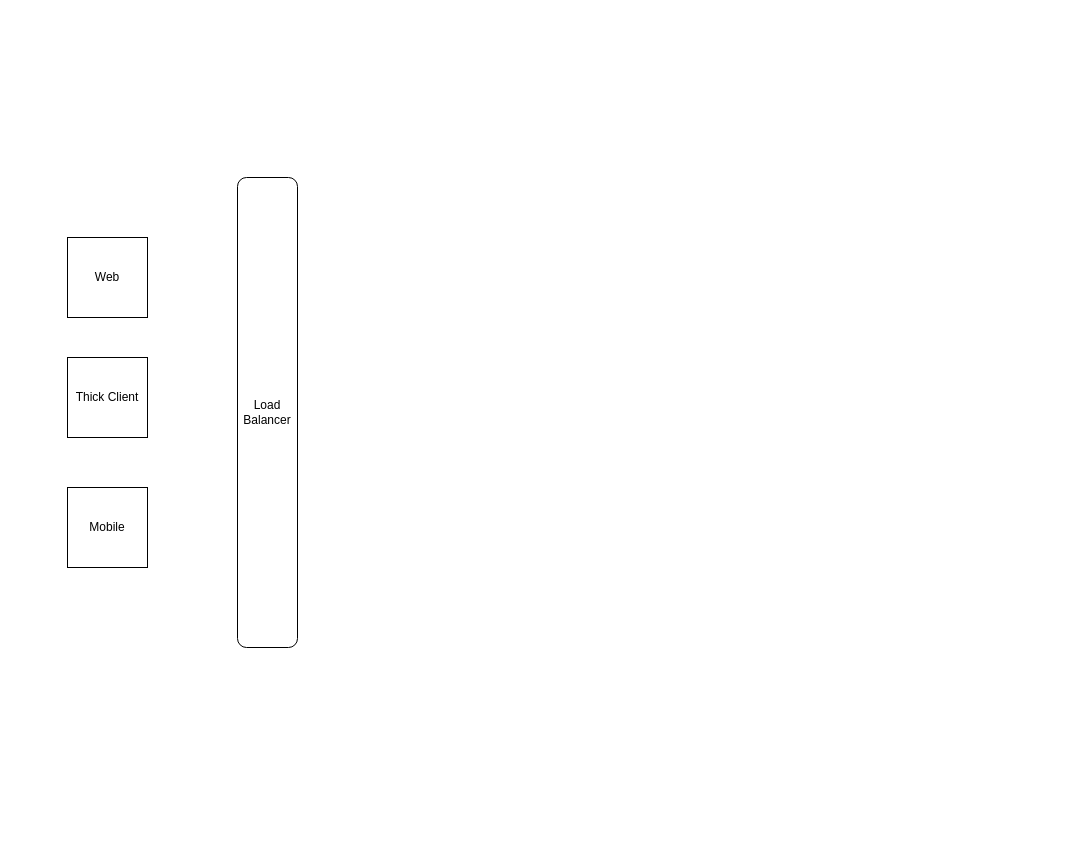
Earlier version of the draw.io diagram page "Page-1" (1 of 2) of src/systemdesign/AMLFlow.drawio (vaibhavsabnis/problem_practise). Source tidied: cells renumbered, new cells numbered last; positions are measured from the earlier drawing's top-left corner, leaving out a move shared by most shapes. Both pictures are drawn from the tidied source at 100%, with x=0, y=0 at pixel (67, 177).
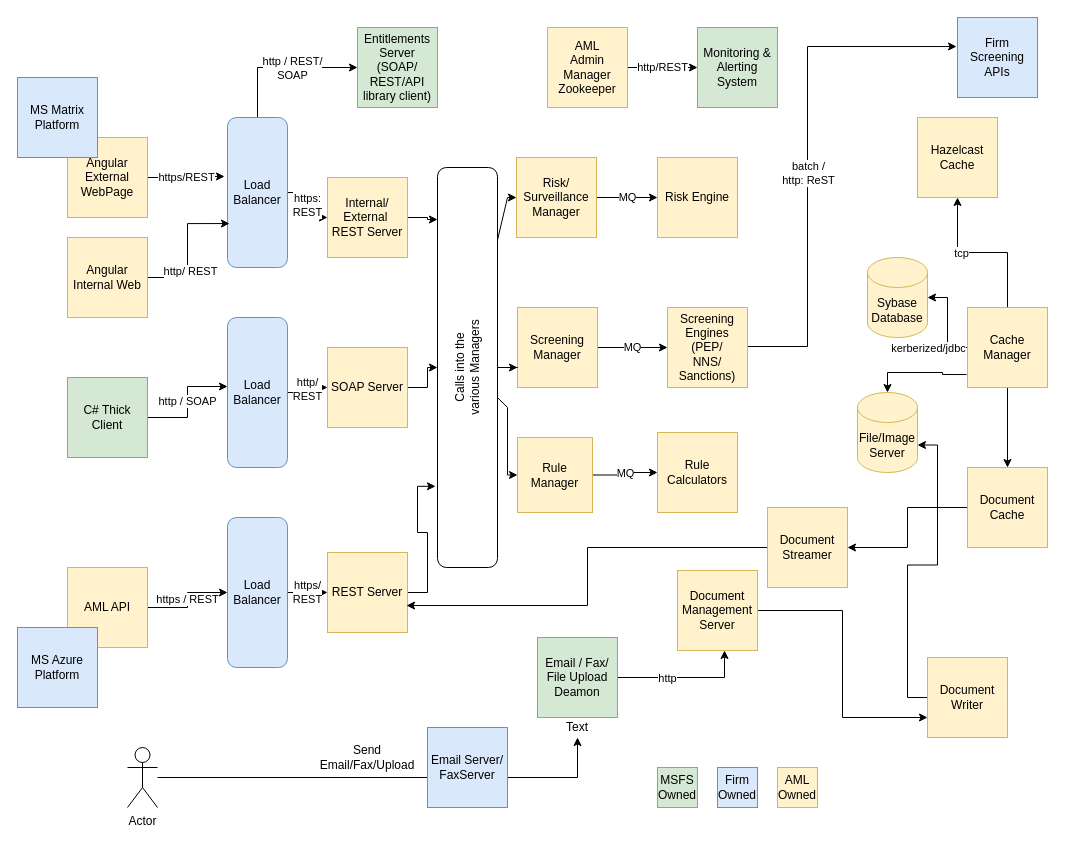
Above is the later version.

Diff of the diagram source:
```diff
@@
+    <mxCell id="6" value="https: &lt;br&gt;REST" style="edgeStyle=orthogonalEdgeStyle;rounded=0;jettySize=auto;html=1;entryX=0;entryY=0.5;entryDx=0;entryDy=0;" parent="1" edge="1" source="2" target="23">
+      <mxGeometry relative="1" as="geometry" />
+    </mxCell>
+    <mxCell id="7" style="edgeStyle=orthogonalEdgeStyle;rounded=0;jettySize=auto;html=1;entryX=0;entryY=0.5;entryDx=0;entryDy=0;exitX=0;exitY=0.5;exitDx=0;exitDy=0;" parent="1" edge="1" source="2" target="21">
+      <mxGeometry relative="1" as="geometry" />
+    </mxCell>
+    <mxCell id="8" value="http / REST/&lt;br&gt;SOAP" style="edgeLabel;html=1;align=center;verticalAlign=middle;" parent="7" vertex="1">
+      <mxGeometry x="0.12" relative="1" as="geometry" />
+    </mxCell>
-    <mxCell id="2" value="Load Balancer" style="rounded=1;whiteSpace=wrap;html=1;direction=south;" parent="1" vertex="1">
-      <mxGeometry x="170" width="60" height="470" as="geometry" />
+    <mxCell id="2" value="Load Balancer" style="rounded=1;whiteSpace=wrap;html=1;direction=south;fillColor=#dae8fc;strokeColor=#6c8ebf;" parent="1" vertex="1">
+      <mxGeometry x="160" y="-60" width="60" height="150" as="geometry" />
     </mxCell>
+    <mxCell id="9" style="edgeStyle=orthogonalEdgeStyle;rounded=0;jettySize=auto;html=1;entryX=0.707;entryY=0.967;entryDx=0;entryDy=0;entryPerimeter=0;" parent="1" edge="1" source="3" target="2">
+      <mxGeometry relative="1" as="geometry" />
+    </mxCell>
+    <mxCell id="10" value="http/ REST" style="edgeLabel;html=1;align=center;verticalAlign=middle;" parent="9" vertex="1">
+      <mxGeometry x="-0.31" y="-2" relative="1" as="geometry" />
+    </mxCell>
-    <mxCell id="3" value="Web" style="whiteSpace=wrap;html=1;" parent="1" vertex="1">
+    <mxCell id="3" value="Angular&lt;br&gt;Internal Web" style="whiteSpace=wrap;html=1;fillColor=#fff2cc;strokeColor=#d6b656;" parent="1" vertex="1">
       <mxGeometry y="60" width="80" height="80" as="geometry" />
     </mxCell>
+    <mxCell id="11" value="http / SOAP" style="edgeStyle=orthogonalEdgeStyle;rounded=0;jettySize=auto;html=1;entryX=0.46;entryY=1;entryDx=0;entryDy=0;entryPerimeter=0;" parent="1" edge="1" source="4" target="14">
+      <mxGeometry relative="1" as="geometry" />
+    </mxCell>
-    <mxCell id="4" value="Thick Client" style="whiteSpace=wrap;html=1;" parent="1" vertex="1">
-      <mxGeometry y="180" width="80" height="80" as="geometry" />
+    <mxCell id="4" value="C# Thick Client" style="whiteSpace=wrap;html=1;fillColor=#d5e8d4;strokeColor=#82b366;" parent="1" vertex="1">
+      <mxGeometry y="200" width="80" height="80" as="geometry" />
     </mxCell>
+    <mxCell id="12" value="https / REST" style="edgeStyle=orthogonalEdgeStyle;rounded=0;jettySize=auto;html=1;" parent="1" edge="1" source="5" target="16">
+      <mxGeometry relative="1" as="geometry" />
+    </mxCell>
-    <mxCell id="5" value="Mobile" style="whiteSpace=wrap;html=1;" parent="1" vertex="1">
-      <mxGeometry y="310" width="80" height="80" as="geometry" />
+    <mxCell id="5" value="AML API" style="whiteSpace=wrap;html=1;fillColor=#fff2cc;strokeColor=#d6b656;" parent="1" vertex="1">
+      <mxGeometry y="390" width="80" height="80" as="geometry" />
     </mxCell>
+    <mxCell id="13" value="http/&lt;br&gt;REST" style="edgeStyle=orthogonalEdgeStyle;rounded=0;jettySize=auto;html=1;" parent="1" edge="1" source="14" target="20">
+      <mxGeometry relative="1" as="geometry" />
+    </mxCell>
+    <mxCell id="14" value="Load Balancer" style="rounded=1;whiteSpace=wrap;html=1;direction=south;fillColor=#dae8fc;strokeColor=#6c8ebf;" parent="1" vertex="1">
+      <mxGeometry x="160" y="140" width="60" height="150" as="geometry" />
+    </mxCell>
+    <mxCell id="15" value="https/&lt;br&gt;REST" style="edgeStyle=orthogonalEdgeStyle;rounded=0;jettySize=auto;html=1;" parent="1" edge="1" source="16" target="25">
+      <mxGeometry relative="1" as="geometry" />
+    </mxCell>
+    <mxCell id="16" value="Load Balancer" style="rounded=1;whiteSpace=wrap;html=1;direction=south;fillColor=#dae8fc;strokeColor=#6c8ebf;" parent="1" vertex="1">
+      <mxGeometry x="160" y="340" width="60" height="150" as="geometry" />
+    </mxCell>
+    <mxCell id="17" value="https/REST" style="edgeStyle=orthogonalEdgeStyle;rounded=0;jettySize=auto;html=1;entryX=0.393;entryY=1.05;entryDx=0;entryDy=0;entryPerimeter=0;" parent="1" edge="1" source="18" target="2">
+      <mxGeometry relative="1" as="geometry" />
+    </mxCell>
+    <mxCell id="18" value="Angular&lt;br&gt;External WebPage" style="whiteSpace=wrap;html=1;fillColor=#fff2cc;strokeColor=#d6b656;" parent="1" vertex="1">
+      <mxGeometry y="-40" width="80" height="80" as="geometry" />
+    </mxCell>
+    <mxCell id="19" style="edgeStyle=orthogonalEdgeStyle;rounded=0;jettySize=auto;html=1;entryX=0.5;entryY=0;entryDx=0;entryDy=0;" parent="1" edge="1" source="20" target="75">
+      <mxGeometry relative="1" as="geometry" />
+    </mxCell>
+    <mxCell id="20" value="SOAP Server" style="whiteSpace=wrap;html=1;fillColor=#fff2cc;strokeColor=#d6b656;" parent="1" vertex="1">
+      <mxGeometry x="260" y="170" width="80" height="80" as="geometry" />
+    </mxCell>
+    <mxCell id="21" value="Entitlements Server&lt;br&gt;(SOAP/&lt;br&gt;REST/API library client)" style="whiteSpace=wrap;html=1;fillColor=#d5e8d4;strokeColor=#82b366;" parent="1" vertex="1">
+      <mxGeometry x="290" y="-150" width="80" height="80" as="geometry" />
+    </mxCell>
+    <mxCell id="22" style="edgeStyle=orthogonalEdgeStyle;rounded=0;jettySize=auto;html=1;entryX=0.87;entryY=0;entryDx=0;entryDy=0;entryPerimeter=0;" parent="1" edge="1" source="23" target="75">
+      <mxGeometry relative="1" as="geometry" />
+    </mxCell>
+    <mxCell id="23" value="Internal/&lt;br&gt;External&amp;nbsp;&lt;br&gt;REST Server" style="whiteSpace=wrap;html=1;fillColor=#fff2cc;strokeColor=#d6b656;" parent="1" vertex="1">
+      <mxGeometry x="260" width="80" height="80" as="geometry" />
+    </mxCell>
+    <mxCell id="24" style="edgeStyle=orthogonalEdgeStyle;rounded=0;jettySize=auto;html=1;entryX=0.203;entryY=-0.033;entryDx=0;entryDy=0;entryPerimeter=0;" parent="1" edge="1" source="25" target="75">
+      <mxGeometry relative="1" as="geometry" />
+    </mxCell>
+    <mxCell id="25" value="REST Server" style="whiteSpace=wrap;html=1;fillColor=#fff2cc;strokeColor=#d6b656;" parent="1" vertex="1">
+      <mxGeometry x="260" y="375" width="80" height="80" as="geometry" />
+    </mxCell>
+    <mxCell id="26" value="MQ" style="edgeStyle=orthogonalEdgeStyle;rounded=0;jettySize=auto;html=1;" parent="1" edge="1" source="27" target="30">
+      <mxGeometry relative="1" as="geometry" />
+    </mxCell>
+    <mxCell id="27" value="Risk/&lt;br&gt;Surveillance Manager" style="whiteSpace=wrap;html=1;fillColor=#fff2cc;strokeColor=#d6b656;" parent="1" vertex="1">
+      <mxGeometry x="449" y="-20" width="80" height="80" as="geometry" />
+    </mxCell>
+    <mxCell id="28" style="edgeStyle=orthogonalEdgeStyle;rounded=0;jettySize=auto;html=1;entryX=-0.012;entryY=0.363;entryDx=0;entryDy=0;entryPerimeter=0;" parent="1" edge="1" source="61" target="62">
+      <mxGeometry relative="1" as="geometry">
+        <Array as="points">
+          <mxPoint x="740" y="169" />
+          <mxPoint x="740" y="-131" />
+        </Array>
+      </mxGeometry>
+    </mxCell>
+    <mxCell id="29" value="batch / &lt;br&gt;http: ReST" style="edgeLabel;html=1;align=center;verticalAlign=middle;" parent="28" vertex="1">
+      <mxGeometry x="-0.08" relative="1" as="geometry" />
+    </mxCell>
+    <mxCell id="30" value="Risk Engine" style="whiteSpace=wrap;html=1;fillColor=#fff2cc;strokeColor=#d6b656;" parent="1" vertex="1">
+      <mxGeometry x="590" y="-20" width="80" height="80" as="geometry" />
+    </mxCell>
+    <mxCell id="31" style="edgeStyle=orthogonalEdgeStyle;rounded=0;jettySize=auto;html=1;entryX=0;entryY=0.75;entryDx=0;entryDy=0;" parent="1" edge="1" source="32" target="36">
+      <mxGeometry relative="1" as="geometry" />
+    </mxCell>
+    <mxCell id="32" value="Document Management Server" style="whiteSpace=wrap;html=1;fillColor=#fff2cc;strokeColor=#d6b656;" parent="1" vertex="1">
+      <mxGeometry x="610" y="393" width="80" height="80" as="geometry" />
+    </mxCell>
+    <mxCell id="33" style="edgeStyle=orthogonalEdgeStyle;rounded=0;jettySize=auto;html=1;entryX=0.988;entryY=0.663;entryDx=0;entryDy=0;entryPerimeter=0;" parent="1" edge="1" source="34" target="25">
+      <mxGeometry relative="1" as="geometry" />
+    </mxCell>
+    <mxCell id="34" value="Document Streamer" style="whiteSpace=wrap;html=1;fillColor=#fff2cc;strokeColor=#d6b656;" parent="1" vertex="1">
+      <mxGeometry x="700" y="330" width="80" height="80" as="geometry" />
+    </mxCell>
+    <mxCell id="35" style="edgeStyle=orthogonalEdgeStyle;rounded=0;jettySize=auto;html=1;entryX=1;entryY=0;entryDx=0;entryDy=52.5;entryPerimeter=0;" parent="1" edge="1" source="36" target="43">
+      <mxGeometry relative="1" as="geometry" />
+    </mxCell>
+    <mxCell id="36" value="Document Writer" style="whiteSpace=wrap;html=1;fillColor=#fff2cc;strokeColor=#d6b656;" parent="1" vertex="1">
+      <mxGeometry x="860" y="480" width="80" height="80" as="geometry" />
+    </mxCell>
+    <mxCell id="37" style="edgeStyle=orthogonalEdgeStyle;rounded=0;jettySize=auto;html=1;entryX=0.588;entryY=1;entryDx=0;entryDy=0;entryPerimeter=0;" parent="1" edge="1" source="39" target="32">
+      <mxGeometry relative="1" as="geometry" />
+    </mxCell>
+    <mxCell id="38" value="http" style="edgeLabel;html=1;align=center;verticalAlign=middle;" parent="37" vertex="1">
+      <mxGeometry x="-0.27" relative="1" as="geometry" />
+    </mxCell>
+    <mxCell id="39" value="Email / Fax/ File Upload Deamon" style="whiteSpace=wrap;html=1;fillColor=#d5e8d4;strokeColor=#82b366;" parent="1" vertex="1">
+      <mxGeometry x="470" y="460" width="80" height="80" as="geometry" />
+    </mxCell>
+    <mxCell id="40" value="http/REST" style="edgeStyle=orthogonalEdgeStyle;rounded=0;jettySize=auto;html=1;" parent="1" edge="1" source="41" target="51">
+      <mxGeometry relative="1" as="geometry" />
+    </mxCell>
+    <mxCell id="41" value="AML&lt;br&gt;Admin Manager&lt;br&gt;Zookeeper" style="whiteSpace=wrap;html=1;fillColor=#fff2cc;strokeColor=#d6b656;" parent="1" vertex="1">
+      <mxGeometry x="480" y="-150" width="80" height="80" as="geometry" />
+    </mxCell>
+    <mxCell id="42" value="Sybase Database" style="shape=cylinder3;whiteSpace=wrap;html=1;boundedLbl=1;backgroundOutline=1;size=15;fillColor=#fff2cc;strokeColor=#d6b656;" parent="1" vertex="1">
+      <mxGeometry x="800" y="80" width="60" height="80" as="geometry" />
+    </mxCell>
+    <mxCell id="43" value="File/Image Server" style="shape=cylinder3;whiteSpace=wrap;html=1;boundedLbl=1;backgroundOutline=1;size=15;fillColor=#fff2cc;strokeColor=#d6b656;" parent="1" vertex="1">
+      <mxGeometry x="790" y="215" width="60" height="80" as="geometry" />
+    </mxCell>
+    <mxCell id="44" style="edgeStyle=orthogonalEdgeStyle;rounded=0;jettySize=auto;html=1;" parent="1" edge="1" source="45" target="46">
+      <mxGeometry relative="1" as="geometry" />
+    </mxCell>
+    <mxCell id="45" value="Actor" style="shape=umlActor;verticalLabelPosition=bottom;verticalAlign=top;html=1;outlineConnect=0;" parent="1" vertex="1">
+      <mxGeometry x="60" y="570" width="30" height="60" as="geometry" />
+    </mxCell>
+    <mxCell id="46" value="Text" style="text;html=1;strokeColor=none;fillColor=none;align=center;verticalAlign=middle;whiteSpace=wrap;rounded=0;" parent="1" vertex="1">
+      <mxGeometry x="490" y="540" width="40" height="20" as="geometry" />
+    </mxCell>
+    <mxCell id="47" value="Send Email/Fax/Upload" style="text;html=1;strokeColor=none;fillColor=none;align=center;verticalAlign=middle;whiteSpace=wrap;rounded=0;" parent="1" vertex="1">
+      <mxGeometry x="280" y="570" width="40" height="20" as="geometry" />
+    </mxCell>
+    <mxCell id="48" style="edgeStyle=orthogonalEdgeStyle;rounded=0;jettySize=auto;html=1;entryX=1;entryY=0.5;entryDx=0;entryDy=0;" parent="1" edge="1" source="49" target="34">
+      <mxGeometry relative="1" as="geometry" />
+    </mxCell>
+    <mxCell id="49" value="Document Cache" style="whiteSpace=wrap;html=1;fillColor=#fff2cc;strokeColor=#d6b656;" parent="1" vertex="1">
+      <mxGeometry x="900" y="290" width="80" height="80" as="geometry" />
+    </mxCell>
+    <mxCell id="50" value="Hazelcast&lt;br&gt;Cache" style="whiteSpace=wrap;html=1;fillColor=#fff2cc;strokeColor=#d6b656;" parent="1" vertex="1">
+      <mxGeometry x="850" y="-60" width="80" height="80" as="geometry" />
+    </mxCell>
+    <mxCell id="51" value="Monitoring &amp;amp; Alerting System" style="whiteSpace=wrap;html=1;fillColor=#d5e8d4;strokeColor=#82b366;" parent="1" vertex="1">
+      <mxGeometry x="630" y="-150" width="80" height="80" as="geometry" />
+    </mxCell>
+    <mxCell id="52" style="edgeStyle=orthogonalEdgeStyle;rounded=0;jettySize=auto;html=1;exitX=-0.012;exitY=0.838;exitDx=0;exitDy=0;exitPerimeter=0;" parent="1" edge="1" source="58" target="43">
+      <mxGeometry relative="1" as="geometry" />
+    </mxCell>
+    <mxCell id="53" style="edgeStyle=orthogonalEdgeStyle;rounded=0;jettySize=auto;html=1;" parent="1" edge="1" source="58" target="42">
+      <mxGeometry relative="1" as="geometry" />
+    </mxCell>
+    <mxCell id="54" value="kerberized/jdbc" style="edgeLabel;html=1;align=center;verticalAlign=middle;" parent="53" vertex="1">
+      <mxGeometry x="0.24" y="-1" relative="1" as="geometry">
+        <mxPoint x="-21" y="36" as="offset" />
+      </mxGeometry>
+    </mxCell>
+    <mxCell id="55" style="edgeStyle=orthogonalEdgeStyle;rounded=0;jettySize=auto;html=1;entryX=0.5;entryY=1;entryDx=0;entryDy=0;" parent="1" edge="1" source="58" target="50">
+      <mxGeometry relative="1" as="geometry" />
+    </mxCell>
+    <mxCell id="56" value="tcp" style="edgeLabel;html=1;align=center;verticalAlign=middle;" parent="55" vertex="1">
+      <mxGeometry x="0.28" relative="1" as="geometry" />
+    </mxCell>
+    <mxCell id="57" style="edgeStyle=orthogonalEdgeStyle;rounded=0;jettySize=auto;html=1;entryX=0.5;entryY=0;entryDx=0;entryDy=0;" parent="1" edge="1" source="58" target="49">
+      <mxGeometry relative="1" as="geometry" />
+    </mxCell>
+    <mxCell id="58" value="Cache Manager" style="whiteSpace=wrap;html=1;fillColor=#fff2cc;strokeColor=#d6b656;" parent="1" vertex="1">
+      <mxGeometry x="900" y="130" width="80" height="80" as="geometry" />
+    </mxCell>
+    <mxCell id="59" value="MQ" style="edgeStyle=orthogonalEdgeStyle;rounded=0;jettySize=auto;html=1;" parent="1" edge="1" source="60" target="61">
+      <mxGeometry relative="1" as="geometry" />
+    </mxCell>
+    <mxCell id="60" value="Screening&lt;br&gt;Manager" style="whiteSpace=wrap;html=1;fillColor=#fff2cc;strokeColor=#d6b656;" parent="1" vertex="1">
+      <mxGeometry x="450" y="130" width="80" height="80" as="geometry" />
+    </mxCell>
+    <mxCell id="61" value="Screening Engines&lt;br&gt;(PEP/&lt;br&gt;NNS/&lt;br&gt;Sanctions)" style="whiteSpace=wrap;html=1;fillColor=#fff2cc;strokeColor=#d6b656;" parent="1" vertex="1">
+      <mxGeometry x="600" y="130" width="80" height="80" as="geometry" />
+    </mxCell>
+    <mxCell id="62" value="Firm Screening APIs" style="whiteSpace=wrap;html=1;fillColor=#dae8fc;strokeColor=#6c8ebf;" parent="1" vertex="1">
+      <mxGeometry x="890" y="-160" width="80" height="80" as="geometry" />
+    </mxCell>
+    <mxCell id="63" value="MQ" style="edgeStyle=orthogonalEdgeStyle;rounded=0;jettySize=auto;html=1;" parent="1" edge="1" source="64" target="65">
+      <mxGeometry relative="1" as="geometry" />
+    </mxCell>
+    <mxCell id="64" value="Rule Manager" style="whiteSpace=wrap;html=1;fillColor=#fff2cc;strokeColor=#d6b656;" parent="1" vertex="1">
+      <mxGeometry x="450" y="260" width="75" height="75" as="geometry" />
+    </mxCell>
+    <mxCell id="65" value="Rule&lt;br&gt;Calculators" style="whiteSpace=wrap;html=1;fillColor=#fff2cc;strokeColor=#d6b656;" parent="1" vertex="1">
+      <mxGeometry x="590" y="255" width="80" height="80" as="geometry" />
+    </mxCell>
+    <mxCell id="66" value="MS Matrix Platform" style="whiteSpace=wrap;html=1;fillColor=#dae8fc;strokeColor=#6c8ebf;" parent="1" vertex="1">
+      <mxGeometry x="-50" y="-100" width="80" height="80" as="geometry" />
+    </mxCell>
+    <mxCell id="67" value="MS Azure Platform" style="whiteSpace=wrap;html=1;fillColor=#dae8fc;strokeColor=#6c8ebf;" parent="1" vertex="1">
+      <mxGeometry x="-50" y="450" width="80" height="80" as="geometry" />
+    </mxCell>
+    <mxCell id="68" value="MSFS Owned" style="whiteSpace=wrap;html=1;fillColor=#d5e8d4;strokeColor=#82b366;" parent="1" vertex="1">
+      <mxGeometry x="590" y="590" width="40" height="40" as="geometry" />
+    </mxCell>
+    <mxCell id="69" value="Firm Owned" style="whiteSpace=wrap;html=1;fillColor=#dae8fc;strokeColor=#6c8ebf;" parent="1" vertex="1">
+      <mxGeometry x="650" y="590" width="40" height="40" as="geometry" />
+    </mxCell>
+    <mxCell id="70" value="AML Owned" style="whiteSpace=wrap;html=1;fillColor=#fff2cc;strokeColor=#d6b656;" parent="1" vertex="1">
+      <mxGeometry x="710" y="590" width="40" height="40" as="geometry" />
+    </mxCell>
+    <mxCell id="71" value="Email Server/ FaxServer" style="whiteSpace=wrap;html=1;fillColor=#dae8fc;strokeColor=#6c8ebf;" parent="1" vertex="1">
+      <mxGeometry x="360" y="550" width="80" height="80" as="geometry" />
+    </mxCell>
+    <mxCell id="72" style="edgeStyle=orthogonalEdgeStyle;rounded=0;jettySize=auto;html=1;entryX=0;entryY=0.5;entryDx=0;entryDy=0;" parent="1" edge="1" source="75" target="27">
+      <mxGeometry relative="1" as="geometry">
+        <Array as="points">
+          <mxPoint x="440" y="20" />
+        </Array>
+      </mxGeometry>
+    </mxCell>
+    <mxCell id="73" style="edgeStyle=orthogonalEdgeStyle;rounded=0;jettySize=auto;html=1;entryX=0;entryY=0.75;entryDx=0;entryDy=0;" parent="1" edge="1" source="75" target="60">
+      <mxGeometry relative="1" as="geometry" />
+    </mxCell>
+    <mxCell id="74" style="edgeStyle=orthogonalEdgeStyle;rounded=0;jettySize=auto;html=1;entryX=0;entryY=0.5;entryDx=0;entryDy=0;" parent="1" edge="1" source="75" target="64">
+      <mxGeometry relative="1" as="geometry">
+        <Array as="points">
+          <mxPoint x="440" y="230" />
+          <mxPoint x="440" y="298" />
+        </Array>
+      </mxGeometry>
+    </mxCell>
+    <mxCell id="75" value="Calls into the &lt;br&gt;various Managers" style="rounded=1;whiteSpace=wrap;html=1;rotation=-90;" parent="1" vertex="1">
+      <mxGeometry x="200" y="160" width="400" height="60" as="geometry" />
+    </mxCell>
```
